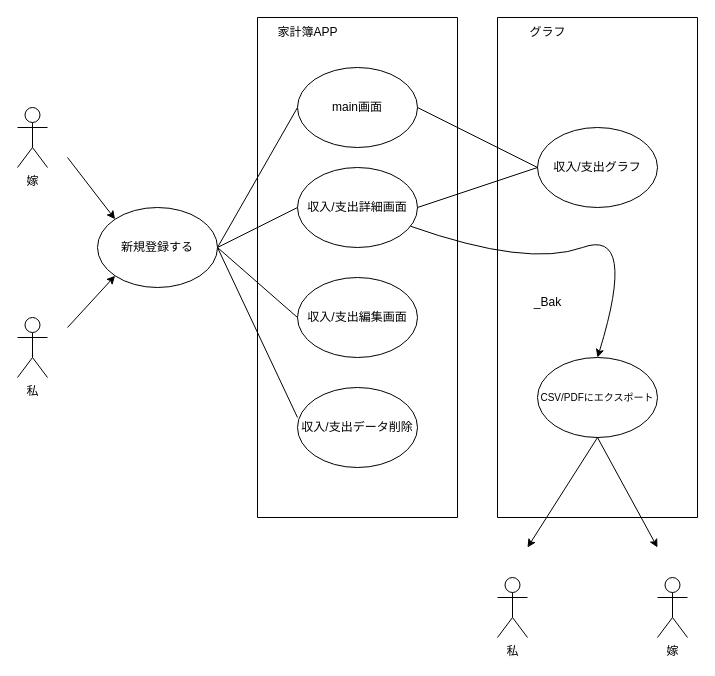
Earlier version of the draw.io diagram UML_kakeibo.drawio (TAKUYA34/kakeibo-app). Source tidied: cells renumbered, new cells numbered last; positions are measured from the earlier drawing's top-left corner, leaving out a move shared by most shapes. Both pictures are drawn from the tidied source at 100%, with x=0, y=0 at pixel (17, 17).
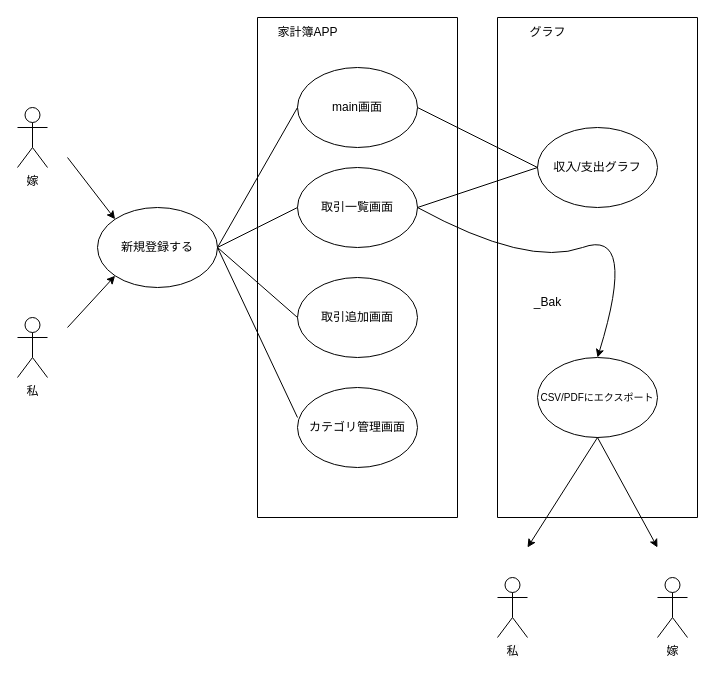
The same page after the edit.

Unchanged cells that the change refers to:
```xml
<mxCell id="3" style="swimlane;startSize=0;" parent="1" vertex="1">
  <mxGeometry x="240" width="200" height="500" as="geometry" />
</mxCell>
<mxCell id="17" value="&lt;font style=&quot;font-size: 10px;&quot;&gt;CSV/PDFにエクスポート&lt;/font&gt;" style="ellipse;whiteSpace=wrap;html=1;" parent="13" vertex="1">
  <mxGeometry x="40" y="340" width="120" height="80" as="geometry" />
</mxCell>
```

The edit, as a diff of the source:
```diff
@@
-    <mxCell id="6" value="収入/支出詳細画面" style="ellipse;whiteSpace=wrap;html=1;" parent="3" vertex="1">
+    <mxCell id="6" value="取引一覧画面" style="ellipse;whiteSpace=wrap;html=1;" parent="3" vertex="1">
       <mxGeometry x="40" y="150" width="120" height="80" as="geometry" />
     </mxCell>
-    <mxCell id="7" value="&lt;span style=&quot;color: rgb(0, 0, 0);&quot;&gt;収入/支出編集画面&lt;/span&gt;" style="ellipse;whiteSpace=wrap;html=1;" parent="3" vertex="1">
+    <mxCell id="7" value="取引追加画面" style="ellipse;whiteSpace=wrap;html=1;" parent="3" vertex="1">
       <mxGeometry x="40" y="260" width="120" height="80" as="geometry" />
     </mxCell>
-    <mxCell id="8" value="&lt;span style=&quot;color: rgb(0, 0, 0);&quot;&gt;収入/支出データ削除&lt;/span&gt;" style="ellipse;whiteSpace=wrap;html=1;" parent="3" vertex="1">
+    <mxCell id="8" value="&lt;span style=&quot;color: rgb(0, 0, 0);&quot;&gt;カテゴリ管理画面&lt;/span&gt;" style="ellipse;whiteSpace=wrap;html=1;" parent="3" vertex="1">
       <mxGeometry x="40" y="370" width="120" height="80" as="geometry" />
     </mxCell>
@@
-    <mxCell id="28" style="curved=1;endArrow=classic;html=1;entryX=0.5;entryY=0;entryDx=0;entryDy=0;" parent="1" edge="1" source="6" target="17">
+    <mxCell id="28" style="curved=1;endArrow=classic;html=1;entryX=0.5;entryY=0;entryDx=0;entryDy=0;exitX=1;exitY=0.5;exitDx=0;exitDy=0;" parent="1" edge="1" source="6" target="17">
       <mxGeometry relative="1" as="geometry">
         <Array as="points">
           <mxPoint x="510" y="250" />
           <mxPoint x="620" y="210" />
         </Array>
       </mxGeometry>
     </mxCell>
```
